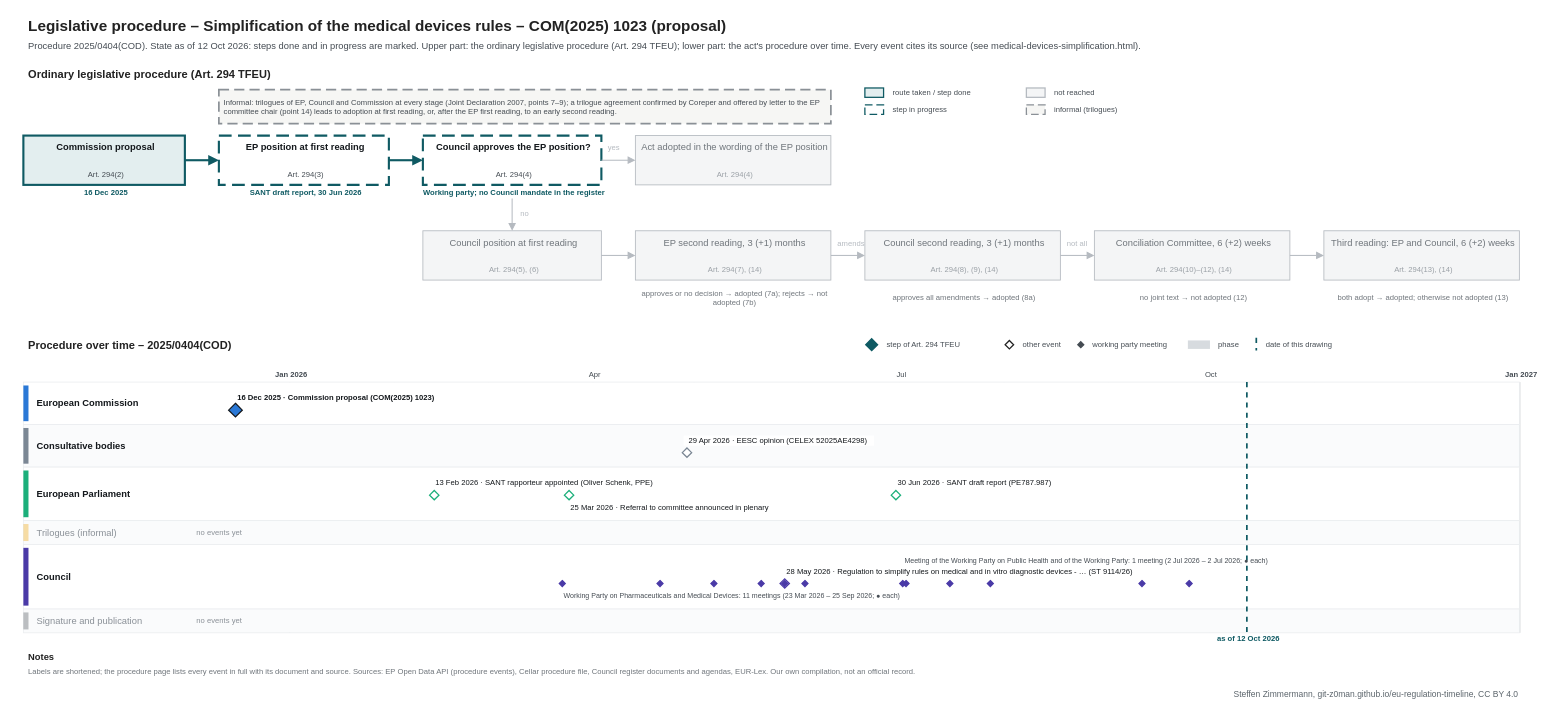
Above: procedures/medical-devices-simplification.drawio in git-z0man/eu-regulation-timeline (draw.io), before the change. Source tidied: cells renumbered, new cells numbered last; positions are measured from the earlier drawing's top-left corner, leaving out a move shared by most shapes. Both pictures are drawn from the tidied source at 85%, with x=0, y=0 at pixel (14, 14).
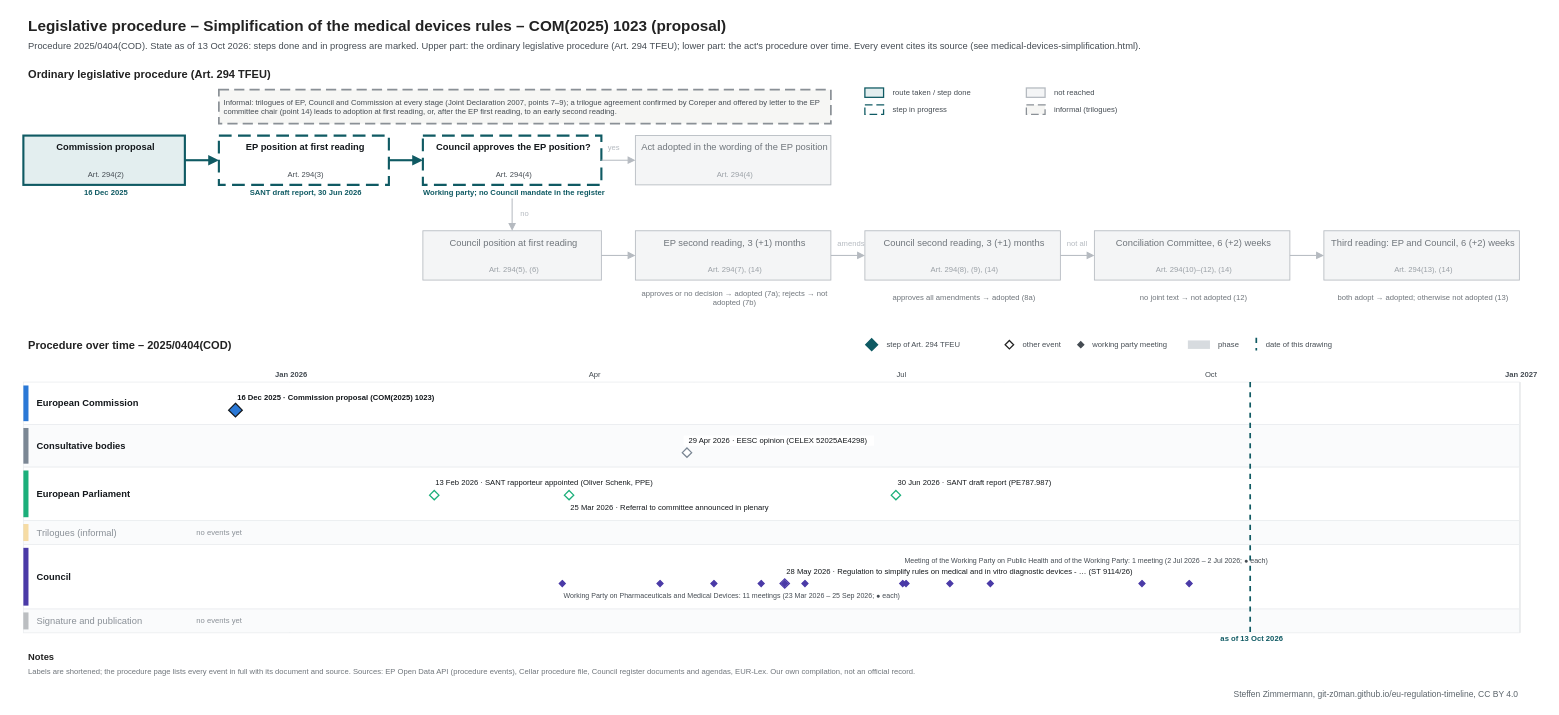
After the change.

Change to the diagram source:
```diff
@@
-    <mxCell id="3" value="Procedure 2025/0404(COD). State as of 12 Oct 2026: steps done and in progress are marked. Upper part: the ordinary legislative procedure (Art. 294 TFEU); lower part: the act's procedure over time. Every event cites its source (see medical-devices-simplification.html)." style="text;html=1;fontSize=11;fontColor=#454c53;align=left;verticalAlign=middle;spacingLeft=4;" parent="1" vertex="1">
+    <mxCell id="3" value="Procedure 2025/0404(COD). State as of 13 Oct 2026: steps done and in progress are marked. Upper part: the ordinary legislative procedure (Art. 294 TFEU); lower part: the act's procedure over time. Every event cites its source (see medical-devices-simplification.html)." style="text;html=1;fontSize=11;fontColor=#454c53;align=left;verticalAlign=middle;spacingLeft=4;" parent="1" vertex="1">
       <mxGeometry x="10" y="28" width="1700" height="18" as="geometry" />
     </mxCell>
@@
     <mxCell id="111" style="line;html=1;strokeWidth=2;strokeColor=#0f5a63;direction=south;dashed=1;" parent="1" vertex="1">
-      <mxGeometry x="1448.9" y="432" width="1" height="295" as="geometry" />
+      <mxGeometry x="1452.8" y="432" width="1" height="295" as="geometry" />
     </mxCell>
-    <mxCell id="112" value="as of 12 Oct 2026" style="text;html=1;fontSize=9;fontColor=#0f5a63;align=center;verticalAlign=middle;spacingLeft=4;fontStyle=1;" parent="1" vertex="1">
-      <mxGeometry x="1388.9" y="728" width="120" height="12" as="geometry" />
+    <mxCell id="112" value="as of 13 Oct 2026" style="text;html=1;fontSize=9;fontColor=#0f5a63;align=center;verticalAlign=middle;spacingLeft=4;fontStyle=1;" parent="1" vertex="1">
+      <mxGeometry x="1392.8" y="728" width="120" height="12" as="geometry" />
     </mxCell>
```
